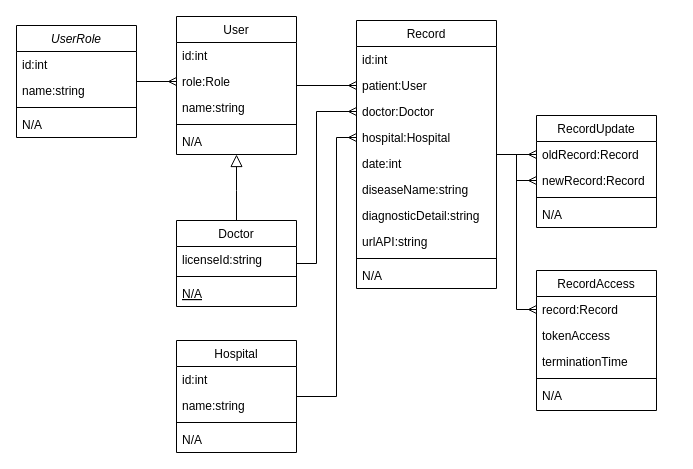
Before: diagram/Blockchain Class Diagram.drawio in ian-joseph-chandra/Healthcoin_API-new, a draw.io diagram. Source tidied: cells renumbered, new cells numbered last; positions are measured from the earlier drawing's top-left corner, leaving out a move shared by most shapes. Both pictures are drawn from the tidied source at 100%, with x=0, y=0 at pixel (16, 16).
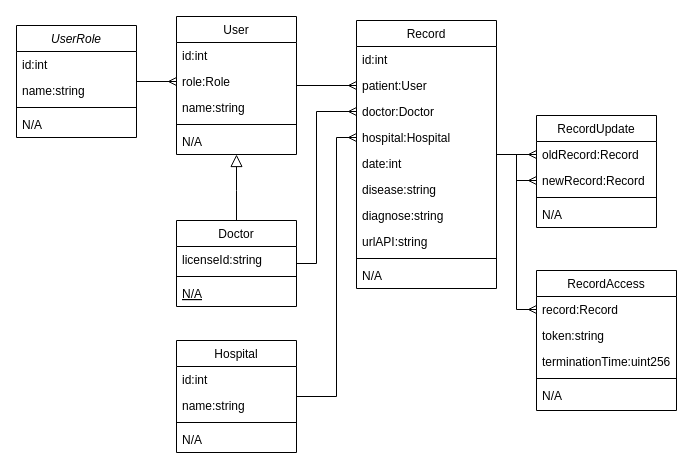
The same page after the edit.

Commit message (it also covers changes not shown here):
Finish the smart-contract adjusting with the OOP diagram

Unchanged cells that the change refers to:
```xml
<mxCell id="30" value="Record" style="swimlane;fontStyle=0;align=center;verticalAlign=top;horizontal=1;startSize=26;rounded=0;shadow=0;strokeWidth=1;" parent="1" vertex="1">
  <mxGeometry x="340" y="4" width="140" height="268" as="geometry" />
</mxCell>
```

The edit, as a diff of the source:
```diff
@@
-    <mxCell id="36" value="diseaseName:string" style="text;align=left;verticalAlign=top;spacingLeft=4;spacingRight=4;overflow=hidden;" parent="30" vertex="1">
+    <mxCell id="36" value="disease:string" style="text;align=left;verticalAlign=top;spacingLeft=4;spacingRight=4;overflow=hidden;" parent="30" vertex="1">
       <mxGeometry y="156" width="140" height="26" as="geometry" />
     </mxCell>
-    <mxCell id="37" value="diagnosticDetail:string" style="text;align=left;verticalAlign=top;spacingLeft=4;spacingRight=4;overflow=hidden;" parent="30" vertex="1">
+    <mxCell id="37" value="diagnose:string" style="text;align=left;verticalAlign=top;spacingLeft=4;spacingRight=4;overflow=hidden;" parent="30" vertex="1">
       <mxGeometry y="182" width="140" height="26" as="geometry" />
     </mxCell>
@@
     <mxCell id="46" value="RecordAccess" style="swimlane;fontStyle=0;align=center;verticalAlign=top;horizontal=1;startSize=26;rounded=0;shadow=0;strokeWidth=1;" parent="1" vertex="1">
-      <mxGeometry x="520" y="254" width="120" height="140" as="geometry" />
+      <mxGeometry x="520" y="254" width="140" height="140" as="geometry" />
     </mxCell>
     <mxCell id="47" value="record:Record" style="text;align=left;verticalAlign=top;spacingLeft=4;spacingRight=4;overflow=hidden;points=[[0,0.5],[1,0.5]];portConstraint=eastwest;" parent="46" vertex="1">
-      <mxGeometry y="26" width="120" height="26" as="geometry" />
+      <mxGeometry y="26" width="140" height="26" as="geometry" />
     </mxCell>
-    <mxCell id="48" value="tokenAccess" style="text;align=left;verticalAlign=top;spacingLeft=4;spacingRight=4;overflow=hidden;" parent="46" vertex="1">
-      <mxGeometry y="52" width="120" height="26" as="geometry" />
+    <mxCell id="48" value="token:string" style="text;align=left;verticalAlign=top;spacingLeft=4;spacingRight=4;overflow=hidden;" parent="46" vertex="1">
+      <mxGeometry y="52" width="140" height="26" as="geometry" />
     </mxCell>
-    <mxCell id="49" value="terminationTime" style="text;align=left;verticalAlign=top;spacingLeft=4;spacingRight=4;overflow=hidden;" parent="46" vertex="1">
-      <mxGeometry y="78" width="120" height="26" as="geometry" />
+    <mxCell id="49" value="terminationTime:uint256" style="text;align=left;verticalAlign=top;spacingLeft=4;spacingRight=4;overflow=hidden;" parent="46" vertex="1">
+      <mxGeometry y="78" width="140" height="26" as="geometry" />
     </mxCell>
     <mxCell id="50" style="line;html=1;strokeWidth=1;align=left;verticalAlign=middle;spacingTop=-1;spacingLeft=3;spacingRight=3;labelPosition=right;" parent="46" vertex="1">
-      <mxGeometry y="104" width="120" height="8" as="geometry" />
+      <mxGeometry y="104" width="140" height="8" as="geometry" />
     </mxCell>
     <mxCell id="51" value="N/A" style="text;align=left;verticalAlign=top;spacingLeft=4;spacingRight=4;overflow=hidden;" parent="46" vertex="1">
-      <mxGeometry y="112" width="120" height="26" as="geometry" />
+      <mxGeometry y="112" width="140" height="26" as="geometry" />
     </mxCell>
```
